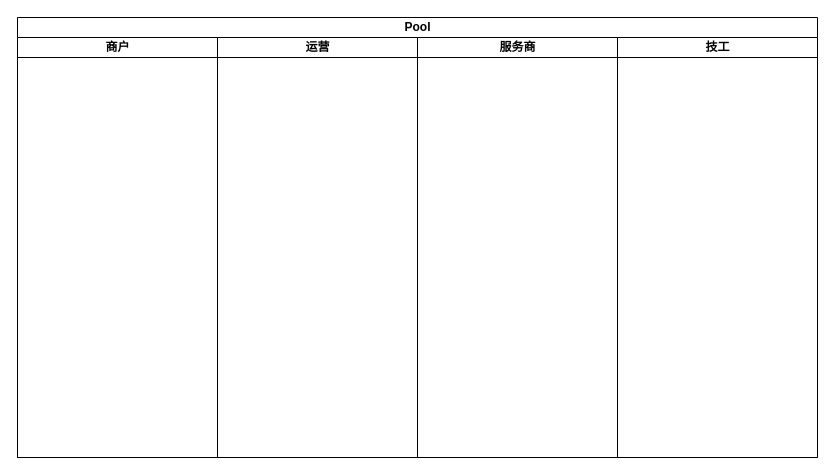
Earlier version of the draw.io diagram page "包活干-2.0.0" (2 of 2) of diagram-bao_huo_gan.drawio (Woobhurk/tyz-pic-repo). Source tidied: cells renumbered, new cells numbered last; positions are measured from the earlier drawing's top-left corner, leaving out a move shared by most shapes. Both pictures are drawn from the tidied source at 100%, with x=0, y=0 at pixel (17, 17).
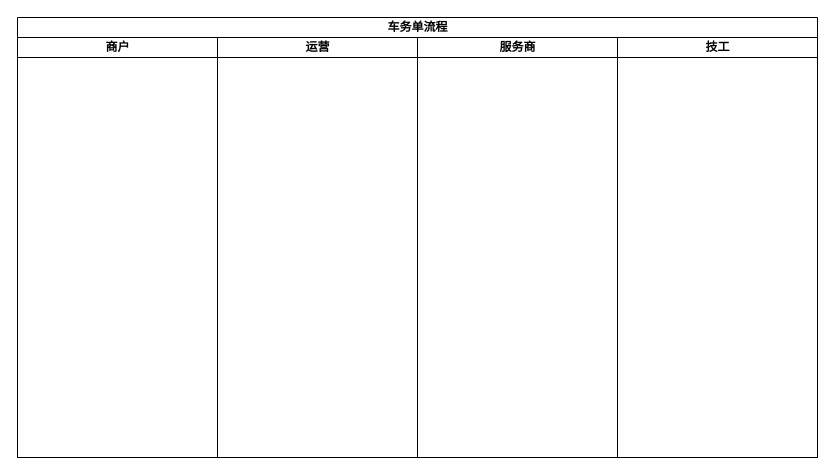
The same diagram, later.

What changed in the source:
```diff
@@
 <mxGraphModel>
   <root>
     <mxCell id="0" />
     <mxCell id="1" parent="0" />
-    <mxCell id="2" value="Pool" style="swimlane;html=1;startSize=20;" parent="1" vertex="1">
+    <mxCell id="2" value="车务单流程" style="swimlane;html=1;startSize=20;" parent="1" vertex="1">
       <mxGeometry width="800" height="440" as="geometry" />
     </mxCell>
     <mxCell id="3" value="商户" style="swimlane;html=1;startSize=20;" parent="2" vertex="1">
       <mxGeometry y="20" width="200" height="420" as="geometry" />
     </mxCell>
     <mxCell id="4" value="运营" style="swimlane;html=1;startSize=20;" parent="2" vertex="1">
       <mxGeometry x="200" y="20" width="200" height="420" as="geometry" />
     </mxCell>
     <mxCell id="5" value="服务商" style="swimlane;html=1;startSize=20;" parent="2" vertex="1">
       <mxGeometry x="400" y="20" width="200" height="420" as="geometry" />
     </mxCell>
     <mxCell id="6" value="技工" style="swimlane;html=1;startSize=20;" parent="2" vertex="1">
       <mxGeometry x="600" y="20" width="200" height="420" as="geometry" />
     </mxCell>
   </root>
 </mxGraphModel>
```
